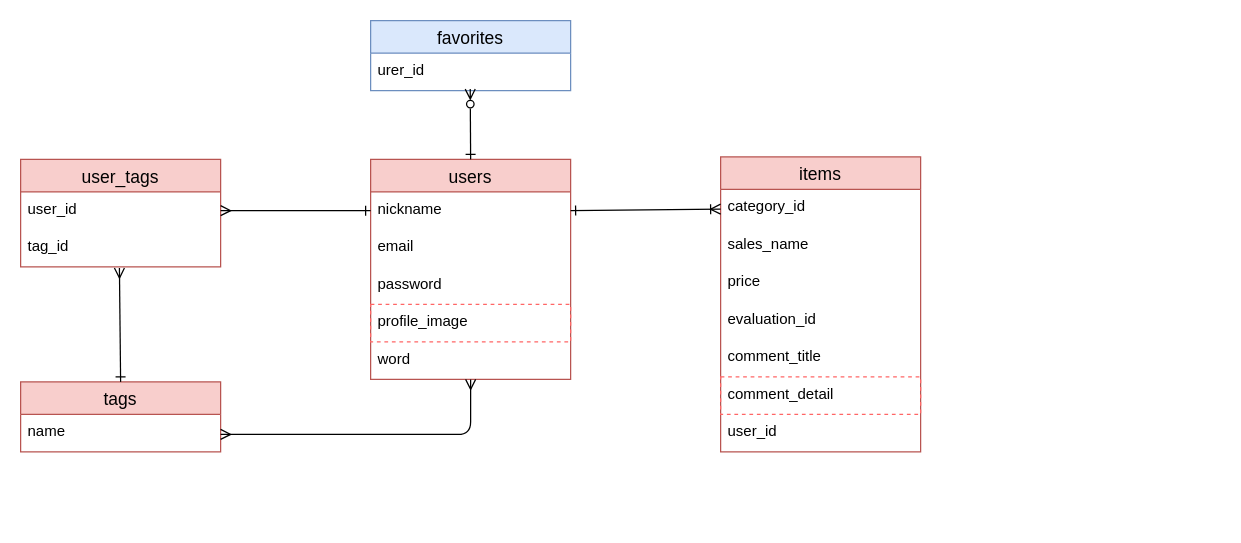
Muck023/fitskin keeps this draw.io diagram as ER.dio. Above is the earlier version. Source tidied: cells renumbered, new cells numbered last; positions are measured from the earlier drawing's top-left corner, leaving out a move shared by most shapes. Both pictures are drawn from the tidied source at 125%, with x=0, y=0 at pixel (20, 20).
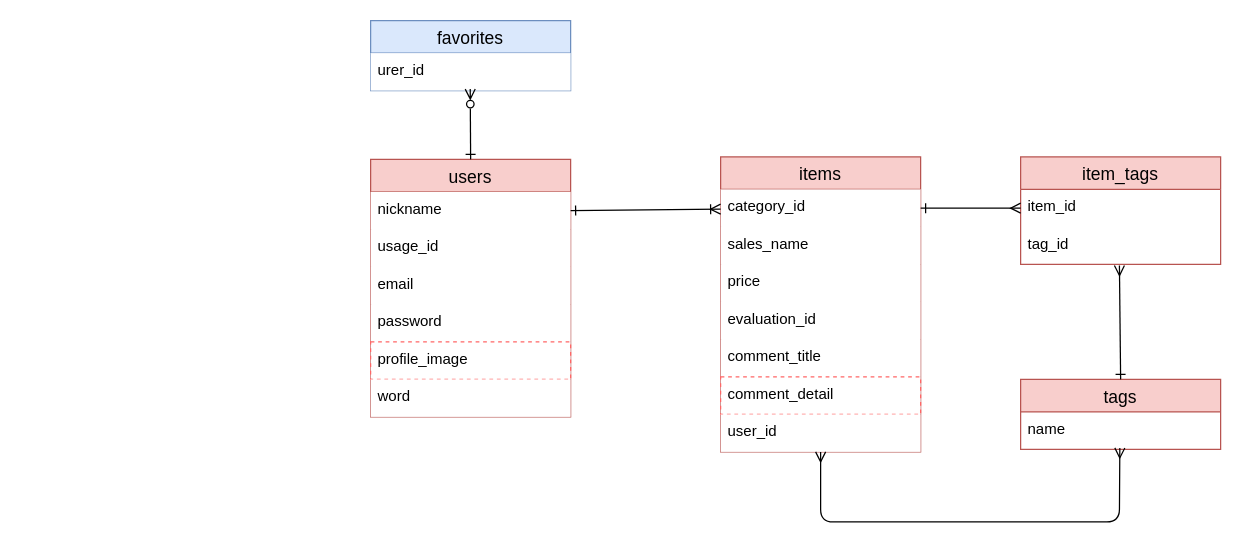
The same page after the edit.

The change refers to these unchanged cells:
```xml
<mxCell id="2" value="items" style="swimlane;fontStyle=0;horizontal=1;startSize=26;align=center;fontSize=14;labelBackgroundColor=none;fillColor=#f8cecc;strokeColor=#b85450;" parent="1" vertex="1">
  <mxGeometry x="560" y="109" width="160" height="236" as="geometry" />
</mxCell>
<mxCell id="16" value="favorites" style="swimlane;fontStyle=0;horizontal=1;startSize=26;align=center;fontSize=14;labelBackgroundColor=none;strokeColor=#6c8ebf;strokeWidth=1;fillColor=#dae8fc;" parent="1" vertex="1">
  <mxGeometry x="280" width="160" height="56" as="geometry" />
</mxCell>
<mxCell id="24" value="name" style="text;strokeColor=none;fillColor=none;spacingLeft=4;spacingRight=4;overflow=hidden;points=[[0,0.5],[1,0.5]];portConstraint=eastwest;fontSize=12;" parent="23" vertex="1">
  <mxGeometry y="26" width="160" height="30" as="geometry" />
</mxCell>
```

Diff of the diagram source:
```diff
@@
-    <mxCell id="3" value="category_id" style="text;strokeColor=none;fillColor=none;spacingLeft=4;spacingRight=4;overflow=hidden;points=[[0,0.5],[1,0.5]];portConstraint=eastwest;fontSize=12;labelBackgroundColor=none;" parent="2" vertex="1">
+    <mxCell id="3" value="category_id" style="text;strokeColor=none;fillColor=default;spacingLeft=4;spacingRight=4;overflow=hidden;points=[[0,0.5],[1,0.5]];portConstraint=eastwest;fontSize=12;labelBackgroundColor=none;" parent="2" vertex="1">
       <mxGeometry y="26" width="160" height="30" as="geometry" />
     </mxCell>
-    <mxCell id="4" value="sales_name" style="text;strokeColor=none;fillColor=none;spacingLeft=4;spacingRight=4;overflow=hidden;fontSize=12;labelBackgroundColor=none;" parent="2" vertex="1">
+    <mxCell id="4" value="sales_name" style="text;strokeColor=none;fillColor=default;spacingLeft=4;spacingRight=4;overflow=hidden;fontSize=12;labelBackgroundColor=none;" parent="2" vertex="1">
       <mxGeometry y="56" width="160" height="30" as="geometry" />
     </mxCell>
-    <mxCell id="5" value="price" style="text;strokeColor=none;fillColor=none;spacingLeft=4;spacingRight=4;overflow=hidden;fontSize=12;labelBackgroundColor=none;" parent="2" vertex="1">
+    <mxCell id="5" value="price" style="text;strokeColor=none;fillColor=default;spacingLeft=4;spacingRight=4;overflow=hidden;fontSize=12;labelBackgroundColor=none;" parent="2" vertex="1">
       <mxGeometry y="86" width="160" height="30" as="geometry" />
     </mxCell>
-    <mxCell id="6" value="evaluation_id" style="text;strokeColor=none;fillColor=none;spacingLeft=4;spacingRight=4;overflow=hidden;fontSize=12;labelBackgroundColor=none;" parent="2" vertex="1">
+    <mxCell id="6" value="evaluation_id" style="text;strokeColor=none;fillColor=default;spacingLeft=4;spacingRight=4;overflow=hidden;fontSize=12;labelBackgroundColor=none;" parent="2" vertex="1">
       <mxGeometry y="116" width="160" height="30" as="geometry" />
     </mxCell>
-    <mxCell id="7" value="comment_title" style="text;strokeColor=none;fillColor=none;spacingLeft=4;spacingRight=4;overflow=hidden;fontSize=12;labelBackgroundColor=none;" parent="2" vertex="1">
+    <mxCell id="7" value="comment_title" style="text;strokeColor=none;fillColor=default;spacingLeft=4;spacingRight=4;overflow=hidden;fontSize=12;labelBackgroundColor=none;" parent="2" vertex="1">
       <mxGeometry y="146" width="160" height="30" as="geometry" />
     </mxCell>
-    <mxCell id="8" value="comment_detail" style="text;strokeColor=#FF6666;fillColor=none;spacingLeft=4;spacingRight=4;overflow=hidden;fontSize=12;labelBackgroundColor=none;dashed=1;" parent="2" vertex="1">
+    <mxCell id="8" value="comment_detail" style="text;strokeColor=#FF6666;fillColor=default;spacingLeft=4;spacingRight=4;overflow=hidden;fontSize=12;labelBackgroundColor=none;dashed=1;" parent="2" vertex="1">
       <mxGeometry y="176" width="160" height="30" as="geometry" />
     </mxCell>
-    <mxCell id="9" value="user_id" style="text;strokeColor=none;fillColor=none;spacingLeft=4;spacingRight=4;overflow=hidden;points=[[0,0.5],[1,0.5]];portConstraint=eastwest;fontSize=12;labelBackgroundColor=none;dashed=1;" parent="2" vertex="1">
+    <mxCell id="9" value="user_id" style="text;strokeColor=none;fillColor=default;spacingLeft=4;spacingRight=4;overflow=hidden;points=[[0,0.5],[1,0.5]];portConstraint=eastwest;fontSize=12;labelBackgroundColor=none;dashed=1;" parent="2" vertex="1">
       <mxGeometry y="206" width="160" height="30" as="geometry" />
     </mxCell>
     <mxCell id="10" value="users" style="swimlane;fontStyle=0;horizontal=1;startSize=26;align=center;fontSize=14;labelBackgroundColor=none;fillColor=#f8cecc;strokeColor=#b85450;" parent="1" vertex="1">
-      <mxGeometry x="280" y="111" width="160" height="176" as="geometry" />
+      <mxGeometry x="280" y="111" width="160" height="206" as="geometry" />
     </mxCell>
-    <mxCell id="11" value="nickname" style="text;strokeColor=none;fillColor=none;spacingLeft=4;spacingRight=4;overflow=hidden;points=[[0,0.5],[1,0.5]];portConstraint=eastwest;fontSize=12;" parent="10" vertex="1">
+    <mxCell id="11" value="nickname" style="text;strokeColor=none;fillColor=default;spacingLeft=4;spacingRight=4;overflow=hidden;points=[[0,0.5],[1,0.5]];portConstraint=eastwest;fontSize=12;" parent="10" vertex="1">
       <mxGeometry y="26" width="160" height="30" as="geometry" />
     </mxCell>
+    <mxCell id="28" value="usage_id" style="text;strokeColor=none;fillColor=default;spacingLeft=4;spacingRight=4;overflow=hidden;fontSize=12;" parent="10" vertex="1">
+      <mxGeometry y="56" width="160" height="30" as="geometry" />
+    </mxCell>
-    <mxCell id="12" value="email" style="text;strokeColor=none;fillColor=none;spacingLeft=4;spacingRight=4;overflow=hidden;fontSize=12;" parent="10" vertex="1">
-      <mxGeometry y="56" width="160" height="30" as="geometry" />
+    <mxCell id="12" value="email" style="text;strokeColor=none;fillColor=default;spacingLeft=4;spacingRight=4;overflow=hidden;fontSize=12;" parent="10" vertex="1">
+      <mxGeometry y="86" width="160" height="30" as="geometry" />
     </mxCell>
-    <mxCell id="13" value="password" style="text;strokeColor=none;fillColor=none;spacingLeft=4;spacingRight=4;overflow=hidden;fontSize=12;" parent="10" vertex="1">
-      <mxGeometry y="86" width="160" height="30" as="geometry" />
+    <mxCell id="13" value="password" style="text;strokeColor=none;fillColor=default;spacingLeft=4;spacingRight=4;overflow=hidden;fontSize=12;" parent="10" vertex="1">
+      <mxGeometry y="116" width="160" height="30" as="geometry" />
     </mxCell>
-    <mxCell id="14" value="profile_image" style="text;strokeColor=#FF6666;fillColor=none;spacingLeft=4;spacingRight=4;overflow=hidden;fontSize=12;dashed=1;strokeWidth=1;" parent="10" vertex="1">
-      <mxGeometry y="116" width="160" height="30" as="geometry" />
+    <mxCell id="14" value="profile_image" style="text;strokeColor=#FF6666;fillColor=default;spacingLeft=4;spacingRight=4;overflow=hidden;fontSize=12;dashed=1;strokeWidth=1;" parent="10" vertex="1">
+      <mxGeometry y="146" width="160" height="30" as="geometry" />
     </mxCell>
-    <mxCell id="15" value="word" style="text;strokeColor=none;fillColor=none;spacingLeft=4;spacingRight=4;overflow=hidden;points=[[0,0.5],[1,0.5]];portConstraint=eastwest;fontSize=12;dashed=1;" parent="10" vertex="1">
-      <mxGeometry y="146" width="160" height="30" as="geometry" />
+    <mxCell id="15" value="word" style="text;strokeColor=none;fillColor=default;spacingLeft=4;spacingRight=4;overflow=hidden;points=[[0,0.5],[1,0.5]];portConstraint=eastwest;fontSize=12;dashed=1;" parent="10" vertex="1">
+      <mxGeometry y="176" width="160" height="30" as="geometry" />
     </mxCell>
@@
-    <mxCell id="17" value="urer_id" style="text;strokeColor=none;fillColor=none;spacingLeft=4;spacingRight=4;overflow=hidden;points=[[0,0.5],[1,0.5]];portConstraint=eastwest;fontSize=12;dashed=1;labelBackgroundColor=none;" parent="16" vertex="1">
+    <mxCell id="17" value="urer_id" style="text;spacingLeft=4;spacingRight=4;overflow=hidden;points=[[0,0.5],[1,0.5]];portConstraint=eastwest;fontSize=12;dashed=1;labelBackgroundColor=none;fillColor=default;" parent="16" vertex="1">
       <mxGeometry y="26" width="160" height="30" as="geometry" />
     </mxCell>
@@
-    <mxCell id="20" value="user_tags" style="swimlane;fontStyle=0;horizontal=1;startSize=26;align=center;fontSize=14;labelBackgroundColor=none;fillColor=#f8cecc;strokeColor=#b85450;" parent="1" vertex="1">
-      <mxGeometry y="111" width="160" height="86" as="geometry" />
+    <mxCell id="20" value="item_tags" style="swimlane;fontStyle=0;horizontal=1;startSize=26;align=center;fontSize=14;labelBackgroundColor=none;fillColor=#f8cecc;strokeColor=#b85450;" parent="1" vertex="1">
+      <mxGeometry x="800" y="109" width="160" height="86" as="geometry" />
     </mxCell>
-    <mxCell id="21" value="user_id" style="text;strokeColor=none;fillColor=none;spacingLeft=4;spacingRight=4;overflow=hidden;points=[[0,0.5],[1,0.5]];portConstraint=eastwest;fontSize=12;" parent="20" vertex="1">
+    <mxCell id="21" value="item_id" style="text;strokeColor=none;fillColor=none;spacingLeft=4;spacingRight=4;overflow=hidden;points=[[0,0.5],[1,0.5]];portConstraint=eastwest;fontSize=12;" parent="20" vertex="1">
       <mxGeometry y="26" width="160" height="30" as="geometry" />
     </mxCell>
@@
     <mxCell id="23" value="tags" style="swimlane;fontStyle=0;horizontal=1;startSize=26;align=center;fontSize=14;labelBackgroundColor=none;fillColor=#f8cecc;strokeColor=#b85450;" parent="1" vertex="1">
-      <mxGeometry y="289" width="160" height="56" as="geometry" />
+      <mxGeometry x="800" y="287" width="160" height="56" as="geometry" />
     </mxCell>
@@
-    <mxCell id="25" style="edgeStyle=none;html=1;startArrow=ERone;startFill=0;endArrow=ERmany;endFill=0;entryX=1;entryY=0.5;entryDx=0;entryDy=0;exitX=0;exitY=0.5;exitDx=0;exitDy=0;" parent="1" edge="1" source="11" target="21">
+    <mxCell id="25" style="edgeStyle=none;html=1;startArrow=ERone;startFill=0;endArrow=ERmany;endFill=0;entryX=0;entryY=0.5;entryDx=0;entryDy=0;exitX=1;exitY=0.5;exitDx=0;exitDy=0;" parent="1" edge="1" source="3" target="21">
       <mxGeometry relative="1" as="geometry" />
     </mxCell>
@@
-    <mxCell id="27" style="edgeStyle=none;html=1;exitX=1;exitY=0.75;exitDx=0;exitDy=0;startArrow=ERmany;startFill=0;endArrow=ERmany;endFill=0;" parent="1" edge="1" source="23" target="15">
+    <mxCell id="27" style="edgeStyle=none;html=1;exitX=0.496;exitY=0.961;exitDx=0;exitDy=0;startArrow=ERmany;startFill=0;endArrow=ERmany;endFill=0;exitPerimeter=0;" parent="1" edge="1" source="24" target="9">
       <mxGeometry relative="1" as="geometry">
         <Array as="points">
-          <mxPoint x="360" y="331" />
+          <mxPoint x="879" y="401" />
+          <mxPoint x="640" y="401" />
         </Array>
       </mxGeometry>
     </mxCell>
```
